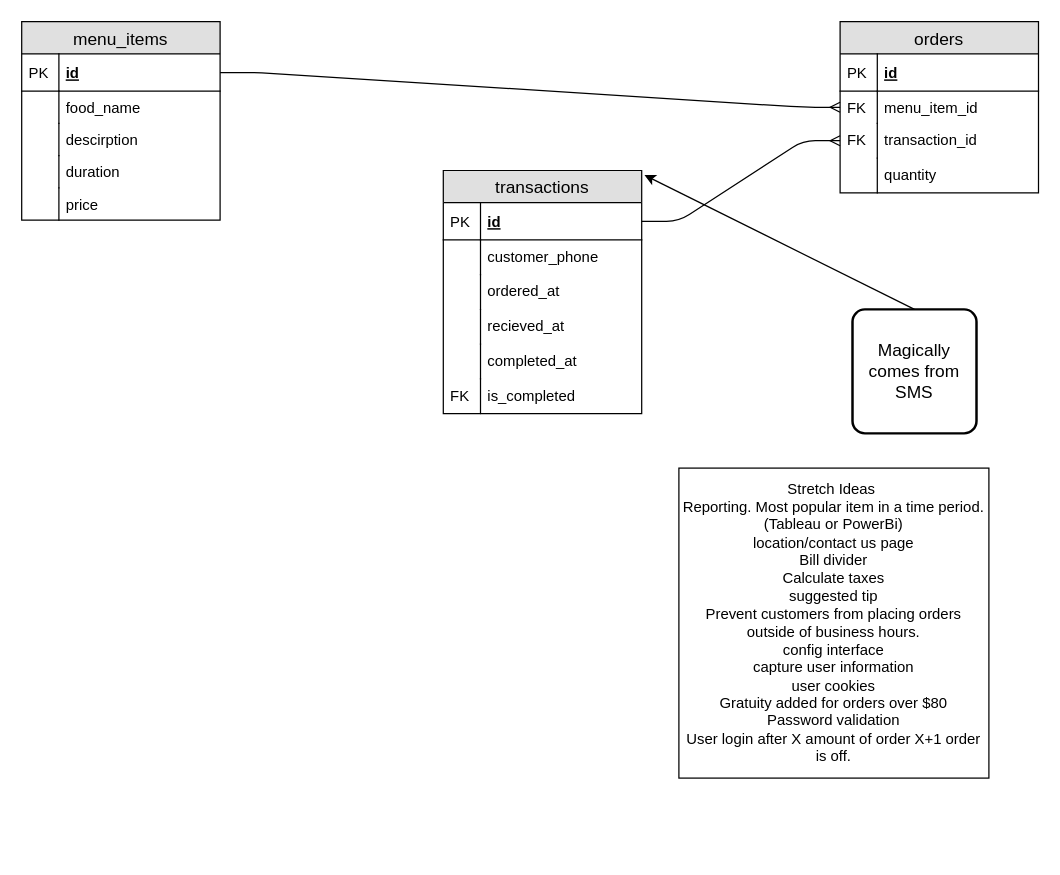
The draw.io diagram erd.drawio in Lizzyfemme/hungry-people, before the edit. Source tidied: cells renumbered, new cells numbered last; positions are measured from the earlier drawing's top-left corner, leaving out a move shared by most shapes. Both pictures are drawn from the tidied source at 124%, with x=0, y=0 at pixel (21, 21).
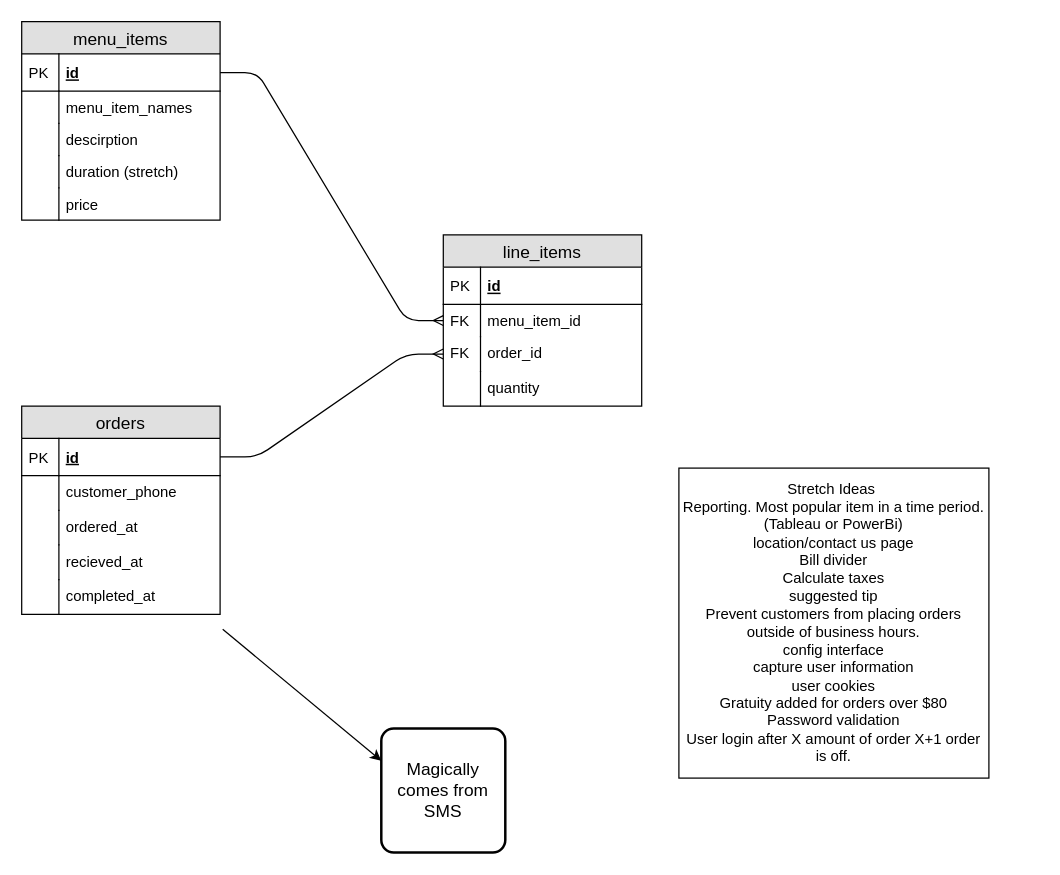
The same page after the edit.

The change refers to these unchanged cells:
```xml
<mxCell id="2" value="menu_items" style="swimlane;fontStyle=0;horizontal=1;startSize=26;fillColor=#e0e0e0;swimlaneFillColor=#ffffff;align=center;fontSize=14;" parent="1" vertex="1">
  <mxGeometry width="160" height="160" as="geometry" />
</mxCell>
```

What changed in the source:
```diff
@@
-    <mxCell id="5" value="food_name" style="shape=partialRectangle;top=0;left=0;right=0;bottom=0;align=left;verticalAlign=top;fillColor=none;spacingLeft=34;spacingRight=4;overflow=hidden;fontSize=12;" parent="2" vertex="1">
+    <mxCell id="5" value="menu_item_names" style="shape=partialRectangle;top=0;left=0;right=0;bottom=0;align=left;verticalAlign=top;fillColor=none;spacingLeft=34;spacingRight=4;overflow=hidden;fontSize=12;" parent="2" vertex="1">
       <mxGeometry y="56" width="160" height="26" as="geometry" />
     </mxCell>
@@
-    <mxCell id="9" value="duration" style="shape=partialRectangle;top=0;left=0;right=0;bottom=0;align=left;verticalAlign=top;fillColor=none;spacingLeft=34;spacingRight=4;overflow=hidden;fontSize=12;" parent="2" vertex="1">
+    <mxCell id="9" value="duration (stretch)" style="shape=partialRectangle;top=0;left=0;right=0;bottom=0;align=left;verticalAlign=top;fillColor=none;spacingLeft=34;spacingRight=4;overflow=hidden;fontSize=12;" parent="2" vertex="1">
       <mxGeometry y="108" width="160" height="26" as="geometry" />
     </mxCell>
@@
-    <mxCell id="13" value="orders" style="swimlane;fontStyle=0;horizontal=1;startSize=26;fillColor=#e0e0e0;swimlaneFillColor=#ffffff;align=center;fontSize=14;" parent="1" vertex="1">
-      <mxGeometry x="660" width="160" height="138" as="geometry" />
+    <mxCell id="13" value="line_items" style="swimlane;fontStyle=0;horizontal=1;startSize=26;fillColor=#e0e0e0;swimlaneFillColor=#ffffff;align=center;fontSize=14;" parent="1" vertex="1">
+      <mxGeometry x="340" y="172" width="160" height="138" as="geometry" />
     </mxCell>
@@
-    <mxCell id="18" value="transaction_id" style="shape=partialRectangle;top=0;left=0;right=0;bottom=0;align=left;verticalAlign=top;fillColor=none;spacingLeft=34;spacingRight=4;overflow=hidden;points=[[0,0.5],[1,0.5]];portConstraint=eastwest;fontSize=12;" parent="13" vertex="1">
+    <mxCell id="18" value="order_id" style="shape=partialRectangle;top=0;left=0;right=0;bottom=0;align=left;verticalAlign=top;fillColor=none;spacingLeft=34;spacingRight=4;overflow=hidden;points=[[0,0.5],[1,0.5]];portConstraint=eastwest;fontSize=12;" parent="13" vertex="1">
       <mxGeometry y="82" width="160" height="28" as="geometry" />
     </mxCell>
@@
-    <mxCell id="23" style="endArrow=classic;html=1;entryX=1.014;entryY=0.019;entryDx=0;entryDy=0;exitX=0.5;exitY=0;exitDx=0;exitDy=0;entryPerimeter=0;" parent="1" edge="1" source="24" target="26">
-      <mxGeometry relative="1" as="geometry" />
+    <mxCell id="23" style="endArrow=classic;html=1;exitX=1.013;exitY=0.929;exitDx=0;exitDy=0;exitPerimeter=0;" parent="1" edge="1">
+      <mxGeometry relative="1" as="geometry">
+        <mxPoint x="162.1" y="490" as="sourcePoint" />
+        <mxPoint x="290" y="596" as="targetPoint" />
+      </mxGeometry>
     </mxCell>
     <mxCell id="24" value="Magically comes from SMS" style="strokeWidth=2;rounded=1;arcSize=10;whiteSpace=wrap;html=1;align=center;fontSize=14;" parent="1" vertex="1">
-      <mxGeometry x="670" y="232" width="100" height="100" as="geometry" />
+      <mxGeometry x="290" y="570" width="100" height="100" as="geometry" />
     </mxCell>
@@
-    <mxCell id="26" value="transactions" style="swimlane;fontStyle=0;horizontal=1;startSize=26;fillColor=#e0e0e0;swimlaneFillColor=#ffffff;align=center;fontSize=14;" parent="1" vertex="1">
-      <mxGeometry x="340" y="120" width="160" height="196" as="geometry" />
+    <mxCell id="26" value="orders" style="swimlane;fontStyle=0;horizontal=1;startSize=26;fillColor=#e0e0e0;swimlaneFillColor=#ffffff;align=center;fontSize=14;" parent="1" vertex="1">
+      <mxGeometry y="310" width="160" height="168" as="geometry" />
     </mxCell>
@@
-    <mxCell id="37" value="is_completed" style="shape=partialRectangle;top=0;left=0;right=0;bottom=0;align=left;verticalAlign=top;fillColor=none;spacingLeft=34;spacingRight=4;overflow=hidden;fontSize=12;" parent="26" vertex="1">
-      <mxGeometry y="168" width="160" height="28" as="geometry" />
-    </mxCell>
-    <mxCell id="38" value="FK" style="shape=partialRectangle;top=0;left=0;bottom=0;fillColor=none;align=left;verticalAlign=top;spacingLeft=4;spacingRight=4;overflow=hidden;fontSize=12;" parent="37" vertex="1">
-      <mxGeometry width="30" height="28" as="geometry" />
-    </mxCell>
```
